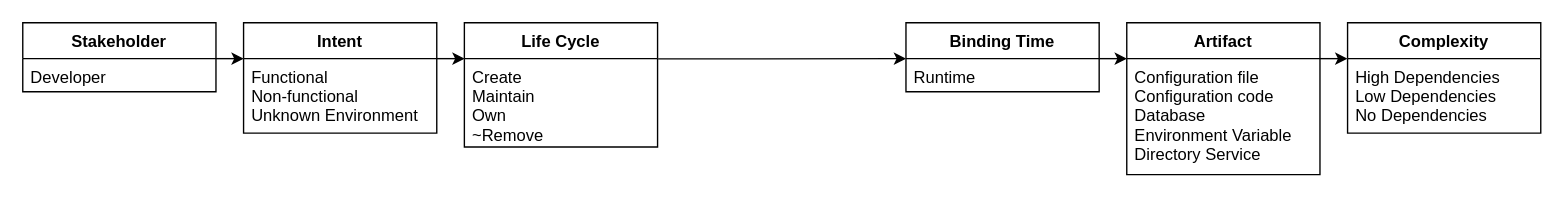
Before: images/lalks_icse10.drawio in AI-4-SE/Dimensions-of-Software-Configuration, a draw.io diagram. Source tidied: cells renumbered, new cells numbered last; positions are measured from the earlier drawing's top-left corner, leaving out a move shared by most shapes. Both pictures are drawn from the tidied source at 138%, with x=0, y=0 at pixel (22, 22).
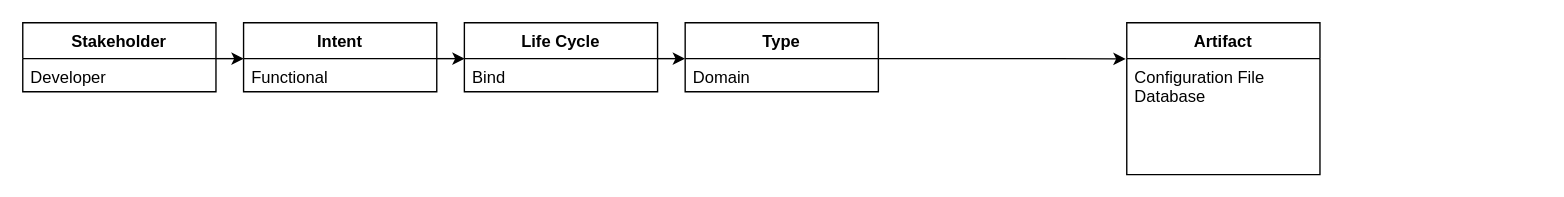
After the change.

The change refers to these unchanged cells:
```xml
<mxCell id="11" value="Artifact" style="swimlane;fontStyle=1;horizontal=1;startSize=26;fillColor=none;" parent="1" vertex="1">
  <mxGeometry x="800" width="140" height="110" as="geometry" />
</mxCell>
```

The edit, as a diff of the source:
```diff
@@
     <mxCell id="5" value="Intent" style="swimlane;fontStyle=1;horizontal=1;startSize=26;fillColor=none;" parent="1" vertex="1">
-      <mxGeometry x="160" width="140" height="80" as="geometry" />
+      <mxGeometry x="160" width="140" height="50" as="geometry" />
     </mxCell>
-    <mxCell id="6" value="Functional&#10;Non-functional&#10;Unknown Environment" style="text;strokeColor=none;fillColor=none;align=left;verticalAlign=top;spacingLeft=4;spacingRight=4;overflow=hidden;" parent="5" vertex="1">
-      <mxGeometry y="26" width="140" height="54" as="geometry" />
+    <mxCell id="6" value="Functional" style="text;strokeColor=none;fillColor=none;align=left;verticalAlign=top;spacingLeft=4;spacingRight=4;overflow=hidden;" parent="5" vertex="1">
+      <mxGeometry y="26" width="140" height="24" as="geometry" />
     </mxCell>
-    <mxCell id="7" style="edgeStyle=orthogonalEdgeStyle;rounded=0;jettySize=auto;html=1;entryX=0;entryY=0.5;entryDx=0;entryDy=0;exitX=1.003;exitY=0.003;exitDx=0;exitDy=0;exitPerimeter=0;" parent="1" edge="1" source="15">
-      <mxGeometry relative="1" as="geometry">
-        <mxPoint x="640.2" y="26" as="targetPoint" />
-        <Array as="points">
-          <mxPoint x="500" y="26" />
-          <mxPoint x="500" y="26" />
-        </Array>
-      </mxGeometry>
-    </mxCell>
-    <mxCell id="8" value="Binding Time" style="swimlane;fontStyle=1;horizontal=1;startSize=26;fillColor=none;" parent="1" vertex="1">
-      <mxGeometry x="640" width="140" height="50" as="geometry" />
-    </mxCell>
-    <mxCell id="9" value="Runtime" style="text;strokeColor=none;fillColor=none;align=left;verticalAlign=top;spacingLeft=4;spacingRight=4;overflow=hidden;" parent="8" vertex="1">
-      <mxGeometry y="26" width="140" height="24" as="geometry" />
-    </mxCell>
-    <mxCell id="10" style="edgeStyle=orthogonalEdgeStyle;rounded=0;orthogonalLoop=1;jettySize=auto;html=1;entryX=0;entryY=0.5;entryDx=0;entryDy=0;" parent="1" edge="1">
-      <mxGeometry relative="1" as="geometry">
-        <mxPoint x="780" y="26" as="sourcePoint" />
-        <mxPoint x="800.2" y="26" as="targetPoint" />
-      </mxGeometry>
-    </mxCell>
@@
-    <mxCell id="12" value="Configuration file&#10;Configuration code&#10;Database&#10;Environment Variable&#10;Directory Service" style="text;strokeColor=none;fillColor=none;align=left;verticalAlign=top;spacingLeft=4;spacingRight=4;overflow=hidden;points=[[0,0.5],[1,0.5]];portConstraint=eastwest;" parent="11" vertex="1">
+    <mxCell id="12" value="Configuration File&#10;Database" style="text;strokeColor=none;fillColor=none;align=left;verticalAlign=top;spacingLeft=4;spacingRight=4;overflow=hidden;points=[[0,0.5],[1,0.5]];portConstraint=eastwest;" parent="11" vertex="1">
       <mxGeometry y="26" width="140" height="84" as="geometry" />
     </mxCell>
@@
     <mxCell id="14" value="Life Cycle" style="swimlane;fontStyle=1;horizontal=1;startSize=26;fillColor=none;" parent="1" vertex="1">
-      <mxGeometry x="320" width="140" height="90" as="geometry" />
+      <mxGeometry x="320" width="140" height="50" as="geometry" />
     </mxCell>
-    <mxCell id="15" value="Create&#10;Maintain&#10;Own&#10;~Remove" style="text;strokeColor=none;fillColor=none;align=left;verticalAlign=top;spacingLeft=4;spacingRight=4;overflow=hidden;points=[[0,0.5],[1,0.5]];portConstraint=eastwest;" parent="14" vertex="1">
-      <mxGeometry y="26" width="140" height="64" as="geometry" />
+    <mxCell id="15" value="Bind" style="text;strokeColor=none;fillColor=none;align=left;verticalAlign=top;spacingLeft=4;spacingRight=4;overflow=hidden;points=[[0,0.5],[1,0.5]];portConstraint=eastwest;" parent="14" vertex="1">
+      <mxGeometry y="26" width="140" height="24" as="geometry" />
     </mxCell>
-    <mxCell id="16" style="edgeStyle=orthogonalEdgeStyle;rounded=0;orthogonalLoop=1;jettySize=auto;html=1;entryX=0;entryY=0.5;entryDx=0;entryDy=0;" parent="1" edge="1">
+    <mxCell id="16" style="edgeStyle=orthogonalEdgeStyle;rounded=0;orthogonalLoop=1;jettySize=auto;entryX=0;entryY=0.5;entryDx=0;entryDy=0;strokeColor=none;noLabel=1;fontColor=none;html=1;" parent="1" edge="1">
       <mxGeometry relative="1" as="geometry">
         <mxPoint x="940" y="26" as="sourcePoint" />
         <mxPoint x="960" y="26" as="targetPoint" />
       </mxGeometry>
     </mxCell>
-    <mxCell id="17" value="Complexity" style="swimlane;fontStyle=1;horizontal=1;startSize=26;fillColor=none;" parent="1" vertex="1">
+    <mxCell id="17" value="Complexity" style="swimlane;fontStyle=1;horizontal=1;startSize=26;fillColor=none;strokeColor=none;noLabel=1;fontColor=none;html=1;" parent="1" vertex="1">
       <mxGeometry x="960" width="140" height="80" as="geometry" />
     </mxCell>
-    <mxCell id="18" value="High Dependencies&#10;Low Dependencies&#10;No Dependencies" style="text;strokeColor=none;fillColor=none;align=left;verticalAlign=top;spacingLeft=4;spacingRight=4;overflow=hidden;" parent="17" vertex="1">
+    <mxCell id="18" value="High Dependencies&lt;br&gt;Low Dependencies&lt;br&gt;No Dependencies" style="text;strokeColor=none;fillColor=none;align=left;verticalAlign=top;spacingLeft=4;spacingRight=4;overflow=hidden;noLabel=1;fontColor=none;html=1;" parent="17" vertex="1">
       <mxGeometry y="26" width="140" height="54" as="geometry" />
     </mxCell>
+    <mxCell id="19" style="edgeStyle=orthogonalEdgeStyle;rounded=0;orthogonalLoop=1;jettySize=auto;html=1;entryX=0;entryY=0.5;entryDx=0;entryDy=0;" parent="1" edge="1">
+      <mxGeometry relative="1" as="geometry">
+        <mxPoint x="460" y="26" as="sourcePoint" />
+        <mxPoint x="480" y="26" as="targetPoint" />
+      </mxGeometry>
+    </mxCell>
+    <mxCell id="20" value="Type" style="swimlane;fontStyle=1;horizontal=1;startSize=26;fillColor=none;" parent="1" vertex="1">
+      <mxGeometry x="480" width="140" height="50" as="geometry" />
+    </mxCell>
+    <mxCell id="21" value="Domain" style="text;strokeColor=none;fillColor=none;align=left;verticalAlign=top;spacingLeft=4;spacingRight=4;overflow=hidden;" parent="20" vertex="1">
+      <mxGeometry y="26" width="140" height="24" as="geometry" />
+    </mxCell>
+    <mxCell id="22" style="edgeStyle=orthogonalEdgeStyle;rounded=0;jettySize=auto;html=1;entryX=-0.005;entryY=0.002;entryDx=0;entryDy=0;entryPerimeter=0;" parent="1" edge="1" target="12">
+      <mxGeometry relative="1" as="geometry">
+        <mxPoint x="620" y="26" as="sourcePoint" />
+        <Array as="points">
+          <mxPoint x="750" y="26" />
+          <mxPoint x="750" y="26" />
+        </Array>
+      </mxGeometry>
+    </mxCell>
```
